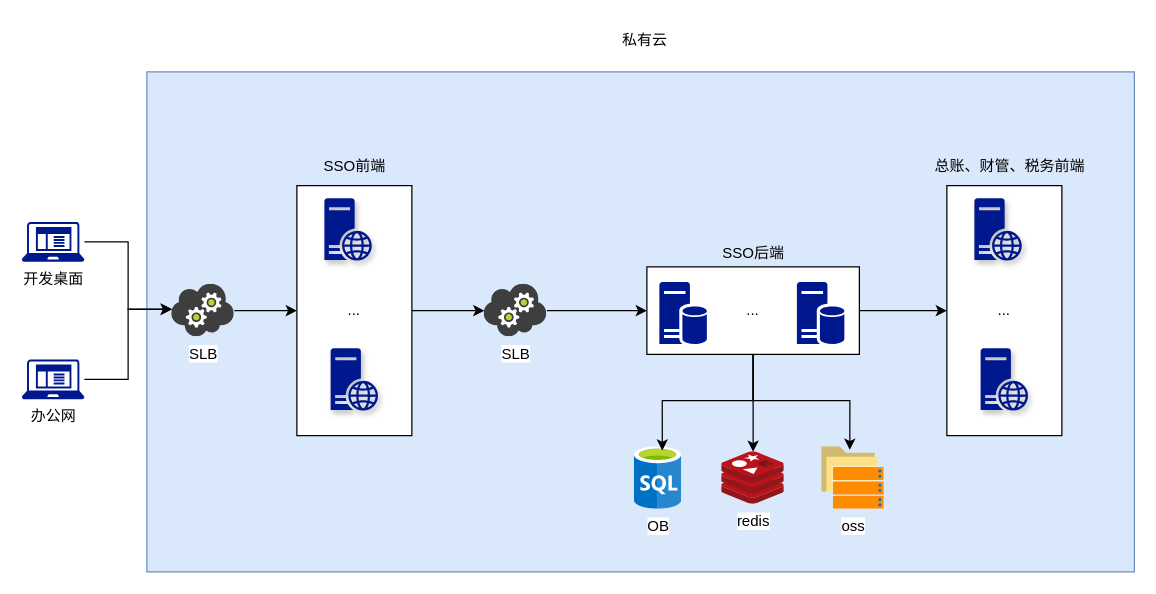
Above: sso_arc.drawio in TzashiNorpu/gl (draw.io), before the change. Source tidied: cells renumbered, new cells numbered last; positions are measured from the earlier drawing's top-left corner, leaving out a move shared by most shapes. Both pictures are drawn from the tidied source at 125%, with x=0, y=0 at pixel (21, 21).
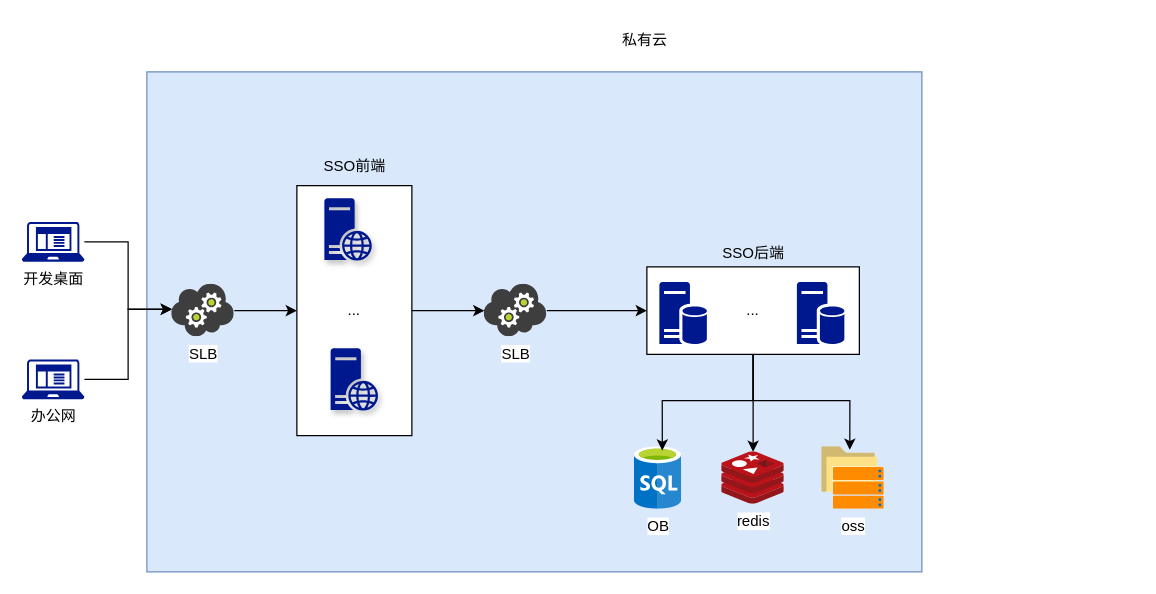
The same page after the edit.

Unchanged cells that the change refers to:
```xml
<mxCell id="17" value="..." style="whiteSpace=wrap;html=1;" parent="16" vertex="1">
  <mxGeometry width="170" height="70" as="geometry" />
</mxCell>
```

The edit, as a diff of the source:
```diff
@@
     <mxCell id="2" style="whiteSpace=wrap;html=1;fillColor=#dae8fc;strokeColor=#6c8ebf;" parent="1" vertex="1">
-      <mxGeometry x="100" y="40" width="790" height="400" as="geometry" />
+      <mxGeometry x="100" y="40" width="620" height="400" as="geometry" />
     </mxCell>
@@
-    <mxCell id="25" style="group;" parent="1" vertex="1">
-      <mxGeometry x="740" y="131" width="92" height="200" as="geometry" />
-    </mxCell>
-    <mxCell id="26" value="..." style="whiteSpace=wrap;html=1;" parent="25" vertex="1">
-      <mxGeometry width="92" height="200" as="geometry" />
-    </mxCell>
-    <mxCell id="27" style="sketch=0;shadow=1;dashed=0;html=1;strokeColor=none;labelPosition=center;verticalLabelPosition=bottom;verticalAlign=top;align=center;fillColor=#00188D;shape=mxgraph.mscae.enterprise.web_server;" parent="25" vertex="1">
-      <mxGeometry x="27" y="130" width="38" height="50" as="geometry" />
-    </mxCell>
-    <mxCell id="28" style="sketch=0;shadow=1;dashed=0;html=1;strokeColor=none;labelPosition=center;verticalLabelPosition=bottom;verticalAlign=top;align=center;fillColor=#00188D;shape=mxgraph.mscae.enterprise.web_server;" parent="25" vertex="1">
-      <mxGeometry x="22" y="10" width="38" height="50" as="geometry" />
-    </mxCell>
@@
-    <mxCell id="31" value="总账、财管、税务前端" style="text;html=1;align=center;verticalAlign=middle;strokeColor=none;fillColor=none;" parent="1" vertex="1">
-      <mxGeometry x="720" y="101" width="140" height="30" as="geometry" />
-    </mxCell>
@@
-    <mxCell id="33" style="edgeStyle=orthogonalEdgeStyle;rounded=0;jettySize=auto;html=1;entryX=0;entryY=0.5;entryDx=0;entryDy=0;" parent="1" edge="1" source="17" target="26">
-      <mxGeometry relative="1" as="geometry" />
-    </mxCell>
```
